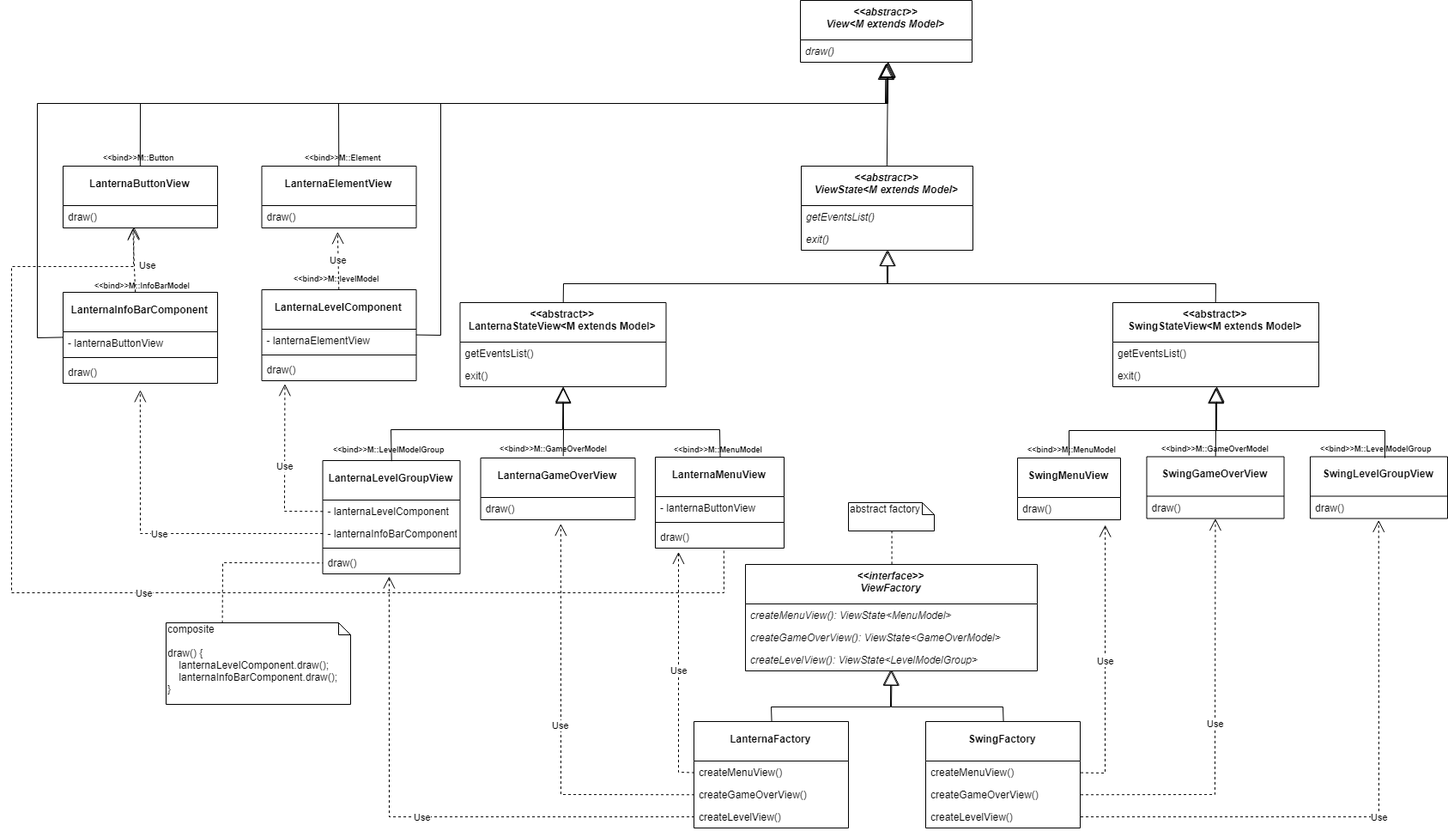
The draw.io diagram docs/Images/ViewFactory.png in GambuzX/Ascii-Raider, before a commit. Source tidied: cells renumbered, new cells last; positions are measured from the earlier drawing's top-left corner, leaving out a move shared by most shapes.
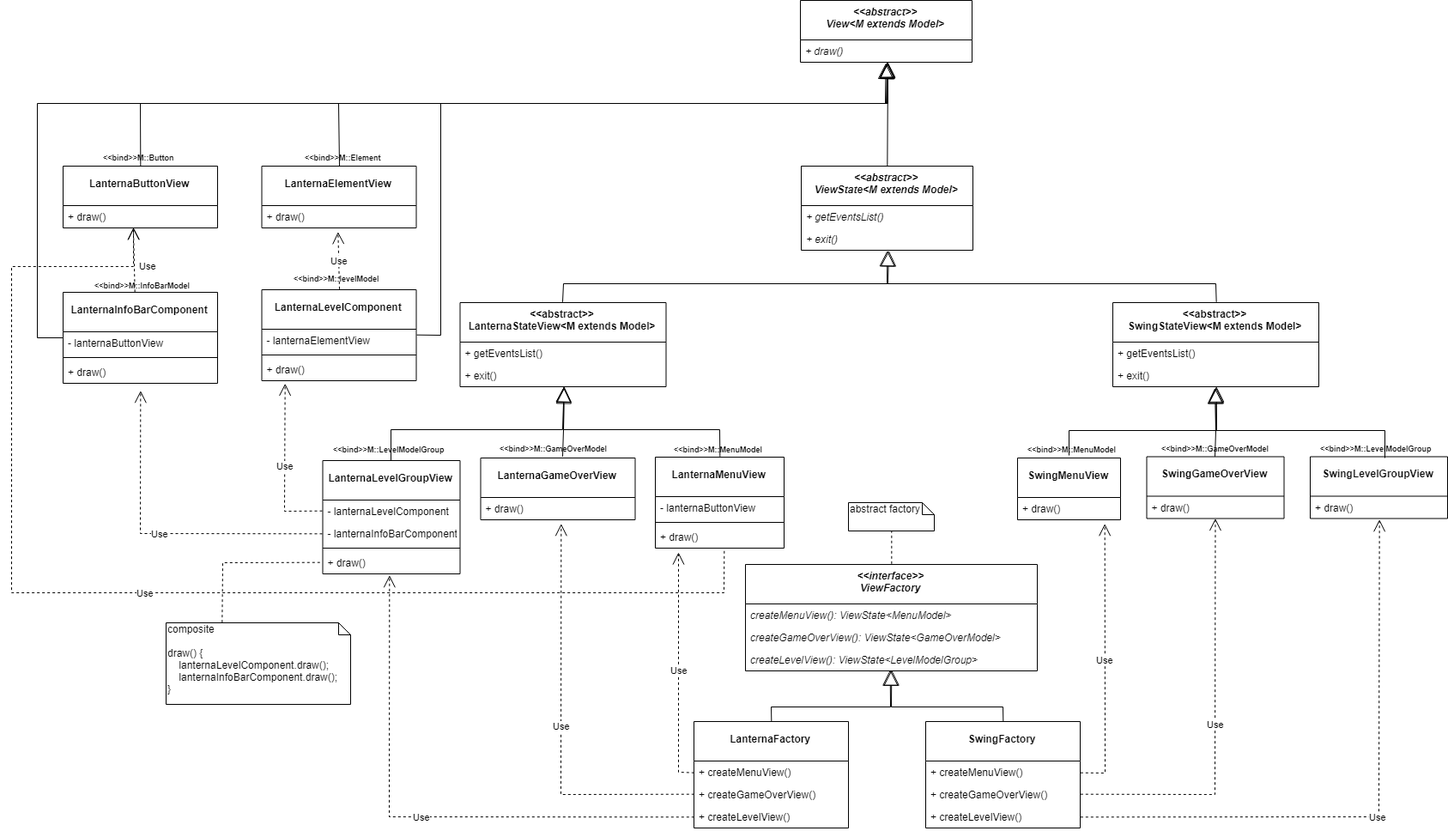
After the change.

Diff of the diagram source:
```diff
@@ -17,52 +17,52 @@
     <mxCell id="6" value="LanternaFactory&#10;" style="swimlane;fontStyle=1;horizontal=1;startSize=46;fillColor=none;spacingTop=9;" parent="1" vertex="1">
       <mxGeometry x="795" y="840" width="180" height="124" as="geometry" />
     </mxCell>
-    <mxCell id="7" value="createMenuView()" style="text;strokeColor=none;fillColor=none;align=left;verticalAlign=top;spacingLeft=4;spacingRight=4;overflow=hidden;points=[[0,0.5],[1,0.5]];portConstraint=eastwest;" parent="6" vertex="1">
+    <mxCell id="7" value="+ createMenuView()" style="text;strokeColor=none;fillColor=none;align=left;verticalAlign=top;spacingLeft=4;spacingRight=4;overflow=hidden;points=[[0,0.5],[1,0.5]];portConstraint=eastwest;" parent="6" vertex="1">
       <mxGeometry y="46" width="180" height="26" as="geometry" />
     </mxCell>
-    <mxCell id="8" value="createGameOverView()" style="text;strokeColor=none;fillColor=none;align=left;verticalAlign=top;spacingLeft=4;spacingRight=4;overflow=hidden;points=[[0,0.5],[1,0.5]];portConstraint=eastwest;" parent="6" vertex="1">
+    <mxCell id="8" value="+ createGameOverView()" style="text;strokeColor=none;fillColor=none;align=left;verticalAlign=top;spacingLeft=4;spacingRight=4;overflow=hidden;points=[[0,0.5],[1,0.5]];portConstraint=eastwest;" parent="6" vertex="1">
       <mxGeometry y="72" width="180" height="26" as="geometry" />
     </mxCell>
-    <mxCell id="9" value="createLevelView()&#10;" style="text;strokeColor=none;fillColor=none;align=left;verticalAlign=top;spacingLeft=4;spacingRight=4;overflow=hidden;points=[[0,0.5],[1,0.5]];portConstraint=eastwest;" parent="6" vertex="1">
+    <mxCell id="9" value="+ createLevelView()&#10;" style="text;strokeColor=none;fillColor=none;align=left;verticalAlign=top;spacingLeft=4;spacingRight=4;overflow=hidden;points=[[0,0.5],[1,0.5]];portConstraint=eastwest;" parent="6" vertex="1">
       <mxGeometry y="98" width="180" height="26" as="geometry" />
     </mxCell>
     <mxCell id="10" value="SwingFactory&#10;" style="swimlane;fontStyle=1;horizontal=1;startSize=46;fillColor=none;spacingTop=9;" parent="1" vertex="1">
       <mxGeometry x="1065" y="840" width="180" height="124" as="geometry" />
     </mxCell>
-    <mxCell id="11" value="createMenuView()" style="text;strokeColor=none;fillColor=none;align=left;verticalAlign=top;spacingLeft=4;spacingRight=4;overflow=hidden;points=[[0,0.5],[1,0.5]];portConstraint=eastwest;" parent="10" vertex="1">
+    <mxCell id="11" value="+ createMenuView()" style="text;strokeColor=none;fillColor=none;align=left;verticalAlign=top;spacingLeft=4;spacingRight=4;overflow=hidden;points=[[0,0.5],[1,0.5]];portConstraint=eastwest;" parent="10" vertex="1">
       <mxGeometry y="46" width="180" height="26" as="geometry" />
     </mxCell>
-    <mxCell id="12" value="createGameOverView()" style="text;strokeColor=none;fillColor=none;align=left;verticalAlign=top;spacingLeft=4;spacingRight=4;overflow=hidden;points=[[0,0.5],[1,0.5]];portConstraint=eastwest;" parent="10" vertex="1">
+    <mxCell id="12" value="+ createGameOverView()" style="text;strokeColor=none;fillColor=none;align=left;verticalAlign=top;spacingLeft=4;spacingRight=4;overflow=hidden;points=[[0,0.5],[1,0.5]];portConstraint=eastwest;" parent="10" vertex="1">
       <mxGeometry y="72" width="180" height="26" as="geometry" />
     </mxCell>
-    <mxCell id="13" value="createLevelView()&#10;" style="text;strokeColor=none;fillColor=none;align=left;verticalAlign=top;spacingLeft=4;spacingRight=4;overflow=hidden;points=[[0,0.5],[1,0.5]];portConstraint=eastwest;" parent="10" vertex="1">
+    <mxCell id="13" value="+ createLevelView()&#10;" style="text;strokeColor=none;fillColor=none;align=left;verticalAlign=top;spacingLeft=4;spacingRight=4;overflow=hidden;points=[[0,0.5],[1,0.5]];portConstraint=eastwest;" parent="10" vertex="1">
       <mxGeometry y="98" width="180" height="26" as="geometry" />
     </mxCell>
     <mxCell id="14" value="&lt;&lt;abstract&gt;&gt;&#10;ViewState&lt;M extends Model&gt;&#10;" style="swimlane;fontStyle=3;horizontal=1;startSize=46;fillColor=none;spacingTop=9;" parent="1" vertex="1">
       <mxGeometry x="920" y="193" width="200" height="98" as="geometry" />
     </mxCell>
-    <mxCell id="15" value="getEventsList()" style="text;strokeColor=none;fillColor=none;align=left;verticalAlign=top;spacingLeft=4;spacingRight=4;overflow=hidden;fontStyle=2;" parent="14" vertex="1">
+    <mxCell id="15" value="+ getEventsList()" style="text;strokeColor=none;fillColor=none;align=left;verticalAlign=top;spacingLeft=4;spacingRight=4;overflow=hidden;fontStyle=2;" parent="14" vertex="1">
       <mxGeometry y="46" width="200" height="26" as="geometry" />
     </mxCell>
-    <mxCell id="16" value="exit()&#10;" style="text;strokeColor=none;fillColor=none;align=left;verticalAlign=top;spacingLeft=4;spacingRight=4;overflow=hidden;points=[[0,0.5],[1,0.5]];portConstraint=eastwest;fontStyle=2;" parent="14" vertex="1">
+    <mxCell id="16" value="+ exit()&#10;" style="text;strokeColor=none;fillColor=none;align=left;verticalAlign=top;spacingLeft=4;spacingRight=4;overflow=hidden;points=[[0,0.5],[1,0.5]];portConstraint=eastwest;fontStyle=2;" parent="14" vertex="1">
       <mxGeometry y="72" width="200" height="26" as="geometry" />
     </mxCell>
     <mxCell id="17" value="&lt;&lt;abstract&gt;&gt;&#10;LanternaStateView&lt;M extends Model&gt;&#10;" style="swimlane;fontStyle=1;horizontal=1;startSize=46;fillColor=none;spacingTop=9;" parent="1" vertex="1">
       <mxGeometry x="522.5" y="352" width="240" height="98" as="geometry" />
     </mxCell>
-    <mxCell id="18" value="getEventsList()" style="text;strokeColor=none;fillColor=none;align=left;verticalAlign=top;spacingLeft=4;spacingRight=4;overflow=hidden;fontStyle=0;" parent="17" vertex="1">
+    <mxCell id="18" value="+ getEventsList()" style="text;strokeColor=none;fillColor=none;align=left;verticalAlign=top;spacingLeft=4;spacingRight=4;overflow=hidden;fontStyle=0;" parent="17" vertex="1">
       <mxGeometry y="46" width="240" height="26" as="geometry" />
     </mxCell>
-    <mxCell id="19" value="exit()&#10;" style="text;strokeColor=none;fillColor=none;align=left;verticalAlign=top;spacingLeft=4;spacingRight=4;overflow=hidden;points=[[0,0.5],[1,0.5]];portConstraint=eastwest;fontStyle=0;" parent="17" vertex="1">
+    <mxCell id="19" value="+ exit()&#10;" style="text;strokeColor=none;fillColor=none;align=left;verticalAlign=top;spacingLeft=4;spacingRight=4;overflow=hidden;points=[[0,0.5],[1,0.5]];portConstraint=eastwest;fontStyle=0;" parent="17" vertex="1">
       <mxGeometry y="72" width="240" height="26" as="geometry" />
     </mxCell>
     <mxCell id="20" value="&lt;&lt;abstract&gt;&gt;&#10;SwingStateView&lt;M extends Model&gt;&#10;" style="swimlane;fontStyle=1;horizontal=1;startSize=46;fillColor=none;spacingTop=9;" parent="1" vertex="1">
       <mxGeometry x="1283" y="352" width="240" height="98" as="geometry" />
     </mxCell>
-    <mxCell id="21" value="getEventsList()" style="text;strokeColor=none;fillColor=none;align=left;verticalAlign=top;spacingLeft=4;spacingRight=4;overflow=hidden;fontStyle=0;" parent="20" vertex="1">
+    <mxCell id="21" value="+ getEventsList()" style="text;strokeColor=none;fillColor=none;align=left;verticalAlign=top;spacingLeft=4;spacingRight=4;overflow=hidden;fontStyle=0;" parent="20" vertex="1">
       <mxGeometry y="46" width="240" height="26" as="geometry" />
     </mxCell>
-    <mxCell id="22" value="exit()&#10;" style="text;strokeColor=none;fillColor=none;align=left;verticalAlign=top;spacingLeft=4;spacingRight=4;overflow=hidden;points=[[0,0.5],[1,0.5]];portConstraint=eastwest;fontStyle=0;" parent="20" vertex="1">
+    <mxCell id="22" value="+ exit()&#10;" style="text;strokeColor=none;fillColor=none;align=left;verticalAlign=top;spacingLeft=4;spacingRight=4;overflow=hidden;points=[[0,0.5],[1,0.5]];portConstraint=eastwest;fontStyle=0;" parent="20" vertex="1">
       <mxGeometry y="72" width="240" height="26" as="geometry" />
     </mxCell>
     <mxCell id="23" value="LanternaMenuView&#10;" style="swimlane;fontStyle=1;horizontal=1;startSize=46;fillColor=none;spacingTop=9;" parent="1" vertex="1">
@@ -74,13 +74,13 @@
     <mxCell id="25" style="line;strokeWidth=1;fillColor=none;align=left;verticalAlign=middle;spacingTop=-1;spacingLeft=3;spacingRight=3;labelPosition=right;" parent="23" vertex="1">
       <mxGeometry y="72" width="150" height="8" as="geometry" />
     </mxCell>
-    <mxCell id="26" value="draw()" style="text;strokeColor=none;fillColor=none;align=left;verticalAlign=top;spacingLeft=4;spacingRight=4;overflow=hidden;points=[[0,0.5],[1,0.5]];portConstraint=eastwest;fontStyle=0;" parent="23" vertex="1">
+    <mxCell id="26" value="+ draw()" style="text;strokeColor=none;fillColor=none;align=left;verticalAlign=top;spacingLeft=4;spacingRight=4;overflow=hidden;points=[[0,0.5],[1,0.5]];portConstraint=eastwest;fontStyle=0;" parent="23" vertex="1">
       <mxGeometry y="80" width="150" height="26" as="geometry" />
     </mxCell>
     <mxCell id="27" value="LanternaGameOverView&#10;" style="swimlane;fontStyle=1;horizontal=1;startSize=46;fillColor=none;spacingTop=9;" parent="1" vertex="1">
       <mxGeometry x="546.5" y="533" width="180" height="72" as="geometry" />
     </mxCell>
-    <mxCell id="28" value="draw()" style="text;strokeColor=none;fillColor=none;align=left;verticalAlign=top;spacingLeft=4;spacingRight=4;overflow=hidden;points=[[0,0.5],[1,0.5]];portConstraint=eastwest;fontStyle=0;" parent="27" vertex="1">
+    <mxCell id="28" value="+ draw()" style="text;strokeColor=none;fillColor=none;align=left;verticalAlign=top;spacingLeft=4;spacingRight=4;overflow=hidden;points=[[0,0.5],[1,0.5]];portConstraint=eastwest;fontStyle=0;" parent="27" vertex="1">
       <mxGeometry y="46" width="180" height="26" as="geometry" />
     </mxCell>
     <mxCell id="29" value="LanternaLevelGroupView&#10;" style="swimlane;fontStyle=1;horizontal=1;startSize=46;fillColor=none;spacingTop=9;" parent="1" vertex="1">
@@ -95,7 +95,7 @@
     <mxCell id="32" style="line;strokeWidth=1;fillColor=none;align=left;verticalAlign=middle;spacingTop=-1;spacingLeft=3;spacingRight=3;labelPosition=right;" parent="29" vertex="1">
       <mxGeometry y="98" width="160" height="8" as="geometry" />
     </mxCell>
-    <mxCell id="33" value="draw()" style="text;strokeColor=none;fillColor=none;align=left;verticalAlign=top;spacingLeft=4;spacingRight=4;overflow=hidden;points=[[0,0.5],[1,0.5]];portConstraint=eastwest;fontStyle=0;" parent="29" vertex="1">
+    <mxCell id="33" value="+ draw()" style="text;strokeColor=none;fillColor=none;align=left;verticalAlign=top;spacingLeft=4;spacingRight=4;overflow=hidden;points=[[0,0.5],[1,0.5]];portConstraint=eastwest;fontStyle=0;" parent="29" vertex="1">
       <mxGeometry y="106" width="160" height="26" as="geometry" />
     </mxCell>
     <mxCell id="34" style="endArrow=block;endSize=16;endFill=0;html=1;entryX=0.496;entryY=0.964;entryDx=0;entryDy=0;entryPerimeter=0;exitX=0.5;exitY=0;exitDx=0;exitDy=0;rounded=0;" parent="1" edge="1" source="6" target="5">
@@ -117,25 +117,25 @@
     <mxCell id="36" value="SwingMenuView&#10;" style="swimlane;fontStyle=1;horizontal=1;startSize=46;fillColor=none;spacingTop=9;" parent="1" vertex="1">
       <mxGeometry x="1172" y="533" width="120" height="72" as="geometry" />
     </mxCell>
-    <mxCell id="37" value="draw()" style="text;strokeColor=none;fillColor=none;align=left;verticalAlign=top;spacingLeft=4;spacingRight=4;overflow=hidden;points=[[0,0.5],[1,0.5]];portConstraint=eastwest;fontStyle=0;" parent="36" vertex="1">
+    <mxCell id="37" value="+ draw()" style="text;strokeColor=none;fillColor=none;align=left;verticalAlign=top;spacingLeft=4;spacingRight=4;overflow=hidden;points=[[0,0.5],[1,0.5]];portConstraint=eastwest;fontStyle=0;" parent="36" vertex="1">
       <mxGeometry y="46" width="120" height="26" as="geometry" />
     </mxCell>
     <mxCell id="38" value="SwingGameOverView&#10;" style="swimlane;fontStyle=1;horizontal=1;startSize=46;fillColor=none;spacingTop=9;" parent="1" vertex="1">
       <mxGeometry x="1322.5" y="531.5" width="160" height="72" as="geometry" />
     </mxCell>
-    <mxCell id="39" value="draw()" style="text;strokeColor=none;fillColor=none;align=left;verticalAlign=top;spacingLeft=4;spacingRight=4;overflow=hidden;points=[[0,0.5],[1,0.5]];portConstraint=eastwest;fontStyle=0;" parent="38" vertex="1">
+    <mxCell id="39" value="+ draw()" style="text;strokeColor=none;fillColor=none;align=left;verticalAlign=top;spacingLeft=4;spacingRight=4;overflow=hidden;points=[[0,0.5],[1,0.5]];portConstraint=eastwest;fontStyle=0;" parent="38" vertex="1">
       <mxGeometry y="46" width="160" height="26" as="geometry" />
     </mxCell>
     <mxCell id="40" value="SwingLevelGroupView&#10;" style="swimlane;fontStyle=1;horizontal=1;startSize=46;fillColor=none;spacingTop=9;" parent="1" vertex="1">
       <mxGeometry x="1513" y="531.5" width="160" height="72" as="geometry" />
     </mxCell>
-    <mxCell id="41" value="draw()" style="text;strokeColor=none;fillColor=none;align=left;verticalAlign=top;spacingLeft=4;spacingRight=4;overflow=hidden;points=[[0,0.5],[1,0.5]];portConstraint=eastwest;fontStyle=0;" parent="40" vertex="1">
+    <mxCell id="41" value="+ draw()" style="text;strokeColor=none;fillColor=none;align=left;verticalAlign=top;spacingLeft=4;spacingRight=4;overflow=hidden;points=[[0,0.5],[1,0.5]];portConstraint=eastwest;fontStyle=0;" parent="40" vertex="1">
       <mxGeometry y="46" width="160" height="26" as="geometry" />
     </mxCell>
     <mxCell id="42" value="&lt;&lt;abstract&gt;&gt;&#10;View&lt;M extends Model&gt;&#10;" style="swimlane;fontStyle=3;horizontal=1;startSize=46;fillColor=none;spacingTop=9;" parent="1" vertex="1">
       <mxGeometry x="919" width="200" height="72" as="geometry" />
     </mxCell>
-    <mxCell id="43" value="draw()" style="text;strokeColor=none;fillColor=none;align=left;verticalAlign=top;spacingLeft=4;spacingRight=4;overflow=hidden;points=[[0,0.5],[1,0.5]];portConstraint=eastwest;fontStyle=2;" parent="42" vertex="1">
+    <mxCell id="43" value="+ draw()" style="text;strokeColor=none;fillColor=none;align=left;verticalAlign=top;spacingLeft=4;spacingRight=4;overflow=hidden;points=[[0,0.5],[1,0.5]];portConstraint=eastwest;fontStyle=2;" parent="42" vertex="1">
       <mxGeometry y="46" width="200" height="26" as="geometry" />
     </mxCell>
     <mxCell id="44" style="endArrow=block;endSize=16;endFill=0;html=1;exitX=0.5;exitY=0;exitDx=0;exitDy=0;" parent="1" edge="1" source="14">
@@ -162,7 +162,7 @@
     <mxCell id="47" value="LanternaElementView&#10;" style="swimlane;fontStyle=1;horizontal=1;startSize=46;fillColor=none;spacingTop=9;" parent="1" vertex="1">
       <mxGeometry x="291.5" y="193" width="180" height="72" as="geometry" />
     </mxCell>
-    <mxCell id="48" value="draw()" style="text;strokeColor=none;fillColor=none;align=left;verticalAlign=top;spacingLeft=4;spacingRight=4;overflow=hidden;points=[[0,0.5],[1,0.5]];portConstraint=eastwest;fontStyle=0;" parent="47" vertex="1">
+    <mxCell id="48" value="+ draw()" style="text;strokeColor=none;fillColor=none;align=left;verticalAlign=top;spacingLeft=4;spacingRight=4;overflow=hidden;points=[[0,0.5],[1,0.5]];portConstraint=eastwest;fontStyle=0;" parent="47" vertex="1">
       <mxGeometry y="46" width="180" height="26" as="geometry" />
     </mxCell>
     <mxCell id="49" value="LanternaInfoBarComponent&#10;" style="swimlane;fontStyle=1;horizontal=1;startSize=46;fillColor=none;spacingTop=9;" parent="1" vertex="1">
@@ -174,7 +174,7 @@
     <mxCell id="51" style="line;strokeWidth=1;fillColor=none;align=left;verticalAlign=middle;spacingTop=-1;spacingLeft=3;spacingRight=3;labelPosition=right;" parent="49" vertex="1">
       <mxGeometry y="72" width="180" height="8" as="geometry" />
     </mxCell>
-    <mxCell id="52" value="draw()" style="text;strokeColor=none;fillColor=none;align=left;verticalAlign=top;spacingLeft=4;spacingRight=4;overflow=hidden;points=[[0,0.5],[1,0.5]];portConstraint=eastwest;fontStyle=0;" parent="49" vertex="1">
+    <mxCell id="52" value="+ draw()" style="text;strokeColor=none;fillColor=none;align=left;verticalAlign=top;spacingLeft=4;spacingRight=4;overflow=hidden;points=[[0,0.5],[1,0.5]];portConstraint=eastwest;fontStyle=0;" parent="49" vertex="1">
       <mxGeometry y="80" width="180" height="26" as="geometry" />
     </mxCell>
     <mxCell id="53" value="LanternaLevelComponent&#10;" style="swimlane;fontStyle=1;horizontal=1;startSize=46;fillColor=none;spacingTop=9;" parent="1" vertex="1">
@@ -186,13 +186,13 @@
     <mxCell id="55" style="line;strokeWidth=1;fillColor=none;align=left;verticalAlign=middle;spacingTop=-1;spacingLeft=3;spacingRight=3;labelPosition=right;" parent="53" vertex="1">
       <mxGeometry y="72" width="180" height="8" as="geometry" />
     </mxCell>
-    <mxCell id="56" value="draw()" style="text;strokeColor=none;fillColor=none;align=left;verticalAlign=top;spacingLeft=4;spacingRight=4;overflow=hidden;points=[[0,0.5],[1,0.5]];portConstraint=eastwest;fontStyle=0;" parent="53" vertex="1">
+    <mxCell id="56" value="+ draw()" style="text;strokeColor=none;fillColor=none;align=left;verticalAlign=top;spacingLeft=4;spacingRight=4;overflow=hidden;points=[[0,0.5],[1,0.5]];portConstraint=eastwest;fontStyle=0;" parent="53" vertex="1">
       <mxGeometry y="80" width="180" height="26" as="geometry" />
     </mxCell>
     <mxCell id="57" value="LanternaButtonView&#10;" style="swimlane;fontStyle=1;horizontal=1;startSize=46;fillColor=none;spacingTop=9;" parent="1" vertex="1">
       <mxGeometry x="60" y="193" width="180" height="72" as="geometry" />
     </mxCell>
-    <mxCell id="58" value="draw()" style="text;strokeColor=none;fillColor=none;align=left;verticalAlign=top;spacingLeft=4;spacingRight=4;overflow=hidden;points=[[0,0.5],[1,0.5]];portConstraint=eastwest;fontStyle=0;" parent="57" vertex="1">
+    <mxCell id="58" value="+ draw()" style="text;strokeColor=none;fillColor=none;align=left;verticalAlign=top;spacingLeft=4;spacingRight=4;overflow=hidden;points=[[0,0.5],[1,0.5]];portConstraint=eastwest;fontStyle=0;" parent="57" vertex="1">
       <mxGeometry y="46" width="180" height="26" as="geometry" />
     </mxCell>
     <mxCell id="59" value="Use" style="endArrow=open;endSize=12;dashed=1;html=1;entryX=0.492;entryY=1.192;entryDx=0;entryDy=0;entryPerimeter=0;exitX=0.5;exitY=0;exitDx=0;exitDy=0;" parent="1" edge="1" source="53" target="48">
```
